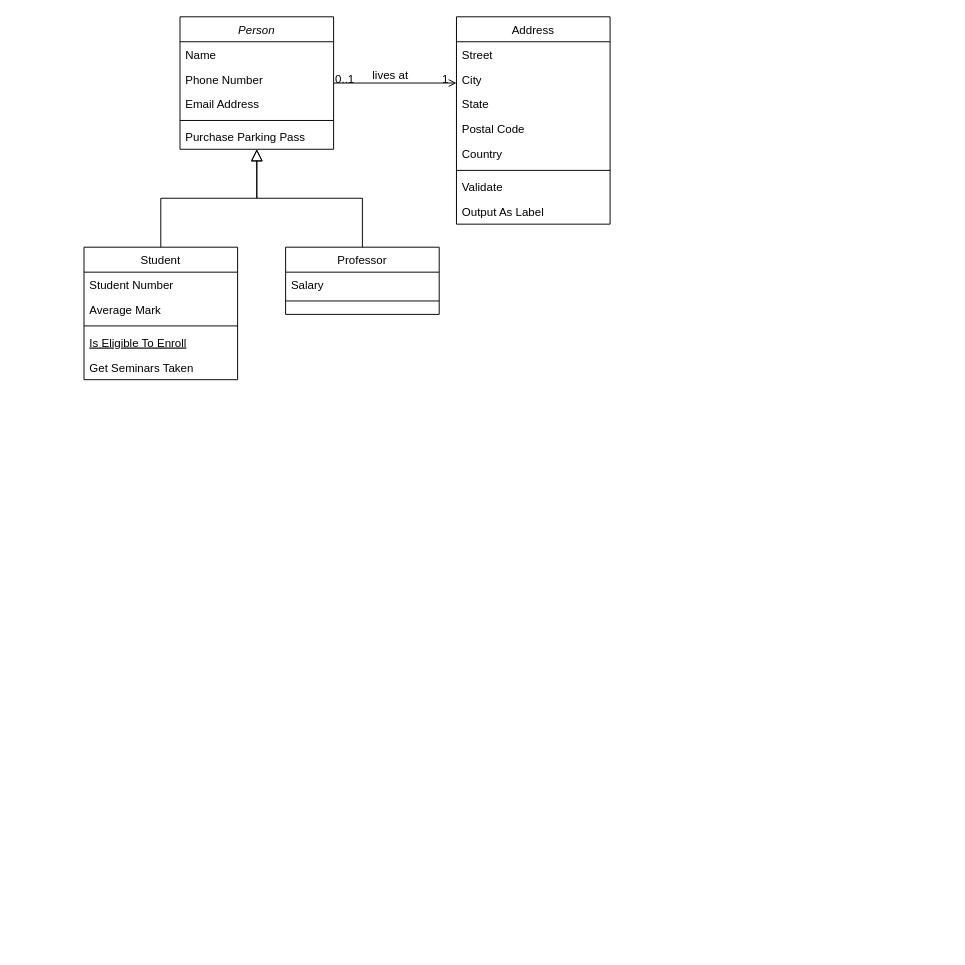
HARKINGS/UML keeps this draw.io diagram as classSoftware.drawio. Above is the earlier version. Source tidied: cells renumbered, new cells numbered last; positions are measured from the earlier drawing's top-left corner, leaving out a move shared by most shapes. Both pictures are drawn from the tidied source at 96%, with x=0, y=0 at pixel (84, 16).
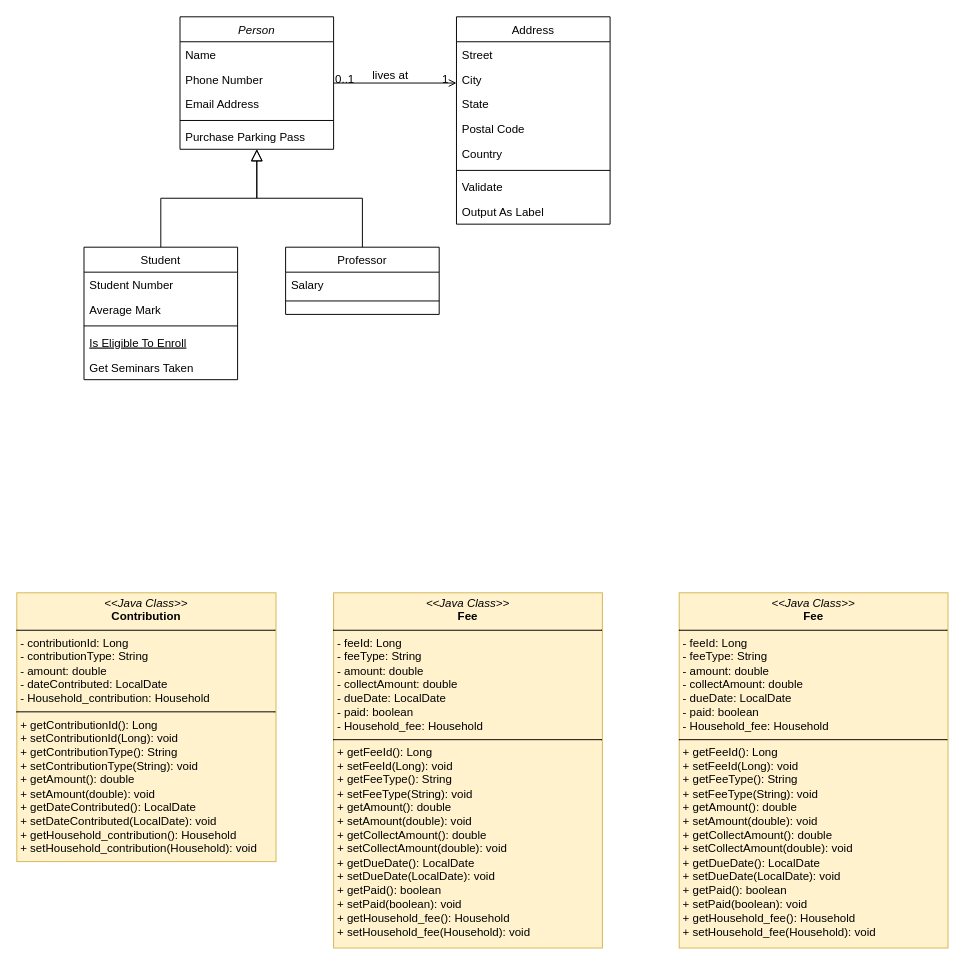
After the change.

Commit message (it also covers changes not shown here):
Cập nhật classSoftware.drawio

The edit, as a diff of the source:
```diff
@@
+    <mxCell id="32" value="&lt;p style=&quot;margin:0px;margin-top:4px;text-align:center;&quot;&gt;&lt;i&gt;&amp;lt;&amp;lt;Java Class&amp;gt;&amp;gt;&lt;/i&gt;&lt;br&gt;&lt;b&gt;Contribution&lt;/b&gt;&lt;/p&gt;&lt;hr size=&quot;1&quot; style=&quot;border-style:solid;&quot;&gt;&lt;p style=&quot;margin:0px;margin-left:4px;&quot;&gt;- contributionId: Long&lt;br&gt;- contributionType: String&lt;/p&gt;&lt;p style=&quot;margin:0px;margin-left:4px;&quot;&gt;- amount: double&lt;/p&gt;&lt;p style=&quot;margin:0px;margin-left:4px;&quot;&gt;-&amp;nbsp;dateContributed: LocalDate&lt;/p&gt;&lt;p style=&quot;margin:0px;margin-left:4px;&quot;&gt;-&amp;nbsp;Household_contribution: Household&lt;/p&gt;&lt;hr size=&quot;1&quot; style=&quot;border-style:solid;&quot;&gt;&lt;p style=&quot;margin:0px;margin-left:4px;&quot;&gt;+ getContributionId(): Long&lt;br&gt;+ setContributionId(Long): void&lt;/p&gt;&lt;p style=&quot;margin:0px;margin-left:4px;&quot;&gt;+&amp;nbsp;getContributionType(): String&lt;/p&gt;&lt;p style=&quot;margin:0px;margin-left:4px;&quot;&gt;+ setContributionType(String): void&amp;nbsp;&lt;/p&gt;&lt;p style=&quot;margin:0px;margin-left:4px;&quot;&gt;+&amp;nbsp;getAmount(): double&lt;/p&gt;&lt;p style=&quot;margin:0px;margin-left:4px;&quot;&gt;+ setAmount(double): void&lt;/p&gt;&lt;p style=&quot;margin:0px;margin-left:4px;&quot;&gt;+&amp;nbsp;getDateContributed(): LocalDate&lt;/p&gt;&lt;p style=&quot;margin:0px;margin-left:4px;&quot;&gt;+ setDateContributed(LocalDate): void&lt;/p&gt;&lt;p style=&quot;margin:0px;margin-left:4px;&quot;&gt;+&amp;nbsp;getHousehold_contribution(): Household&lt;/p&gt;&lt;p style=&quot;margin:0px;margin-left:4px;&quot;&gt;+ setHousehold_contribution(Household): void&lt;/p&gt;" style="verticalAlign=top;align=left;overflow=fill;html=1;whiteSpace=wrap;fillColor=#fff2cc;strokeColor=#d6b656;" parent="1" vertex="1">
+      <mxGeometry x="-70" y="600" width="270" height="280" as="geometry" />
+    </mxCell>
+    <mxCell id="33" value="&lt;p style=&quot;margin:0px;margin-top:4px;text-align:center;&quot;&gt;&lt;i&gt;&amp;lt;&amp;lt;Java Class&amp;gt;&amp;gt;&lt;/i&gt;&lt;br&gt;&lt;b&gt;Fee&lt;/b&gt;&lt;/p&gt;&lt;hr size=&quot;1&quot; style=&quot;border-style:solid;&quot;&gt;&lt;p style=&quot;margin:0px;margin-left:4px;&quot;&gt;- feeId: Long&lt;br&gt;- feeType: String&lt;/p&gt;&lt;p style=&quot;margin:0px;margin-left:4px;&quot;&gt;- amount: double&lt;/p&gt;&lt;p style=&quot;margin:0px;margin-left:4px;&quot;&gt;-&amp;nbsp;collectAmount: double&lt;/p&gt;&lt;p style=&quot;margin:0px;margin-left:4px;&quot;&gt;-&amp;nbsp;dueDate: LocalDate&lt;/p&gt;&lt;p style=&quot;margin:0px;margin-left:4px;&quot;&gt;- paid: boolean&lt;/p&gt;&lt;p style=&quot;margin:0px;margin-left:4px;&quot;&gt;-&amp;nbsp;Household_fee: Household&lt;/p&gt;&lt;hr size=&quot;1&quot; style=&quot;border-style:solid;&quot;&gt;&lt;p style=&quot;margin:0px;margin-left:4px;&quot;&gt;+ getFeeId(): Long&lt;br&gt;+ setFeeId(Long): void&lt;/p&gt;&lt;p style=&quot;margin:0px;margin-left:4px;&quot;&gt;+&amp;nbsp;getFeeType(): String&lt;/p&gt;&lt;p style=&quot;margin:0px;margin-left:4px;&quot;&gt;+ setFeeType(String): void&amp;nbsp;&lt;/p&gt;&lt;p style=&quot;margin:0px;margin-left:4px;&quot;&gt;+&amp;nbsp;getAmount(): double&lt;/p&gt;&lt;p style=&quot;margin:0px;margin-left:4px;&quot;&gt;+ setAmount(double): void&lt;/p&gt;&lt;p style=&quot;margin:0px;margin-left:4px;&quot;&gt;+ getCollectAmount(): double&lt;/p&gt;&lt;p style=&quot;margin:0px;margin-left:4px;&quot;&gt;+ setCollectAmount(double): void&lt;/p&gt;&lt;p style=&quot;margin:0px;margin-left:4px;&quot;&gt;+&amp;nbsp;getDueDate(): LocalDate&lt;/p&gt;&lt;p style=&quot;margin:0px;margin-left:4px;&quot;&gt;+ setDueDate(LocalDate): void&lt;/p&gt;&lt;p style=&quot;margin:0px;margin-left:4px;&quot;&gt;+ getPaid(): boolean&lt;/p&gt;&lt;p style=&quot;margin:0px;margin-left:4px;&quot;&gt;+ setPaid(boolean): void&lt;/p&gt;&lt;p style=&quot;margin:0px;margin-left:4px;&quot;&gt;+&amp;nbsp;getHousehold_fee(): Household&lt;/p&gt;&lt;p style=&quot;margin:0px;margin-left:4px;&quot;&gt;+ setHousehold_fee(Household): void&lt;/p&gt;" style="verticalAlign=top;align=left;overflow=fill;html=1;whiteSpace=wrap;fillColor=#fff2cc;strokeColor=#d6b656;" parent="1" vertex="1">
+      <mxGeometry x="260" y="600" width="280" height="370" as="geometry" />
+    </mxCell>
+    <mxCell id="34" value="&lt;p style=&quot;margin:0px;margin-top:4px;text-align:center;&quot;&gt;&lt;i&gt;&amp;lt;&amp;lt;Java Class&amp;gt;&amp;gt;&lt;/i&gt;&lt;br&gt;&lt;b&gt;Fee&lt;/b&gt;&lt;/p&gt;&lt;hr size=&quot;1&quot; style=&quot;border-style:solid;&quot;&gt;&lt;p style=&quot;margin:0px;margin-left:4px;&quot;&gt;- feeId: Long&lt;br&gt;- feeType: String&lt;/p&gt;&lt;p style=&quot;margin:0px;margin-left:4px;&quot;&gt;- amount: double&lt;/p&gt;&lt;p style=&quot;margin:0px;margin-left:4px;&quot;&gt;-&amp;nbsp;collectAmount: double&lt;/p&gt;&lt;p style=&quot;margin:0px;margin-left:4px;&quot;&gt;-&amp;nbsp;dueDate: LocalDate&lt;/p&gt;&lt;p style=&quot;margin:0px;margin-left:4px;&quot;&gt;- paid: boolean&lt;/p&gt;&lt;p style=&quot;margin:0px;margin-left:4px;&quot;&gt;-&amp;nbsp;Household_fee: Household&lt;/p&gt;&lt;hr size=&quot;1&quot; style=&quot;border-style:solid;&quot;&gt;&lt;p style=&quot;margin:0px;margin-left:4px;&quot;&gt;+ getFeeId(): Long&lt;br&gt;+ setFeeId(Long): void&lt;/p&gt;&lt;p style=&quot;margin:0px;margin-left:4px;&quot;&gt;+&amp;nbsp;getFeeType(): String&lt;/p&gt;&lt;p style=&quot;margin:0px;margin-left:4px;&quot;&gt;+ setFeeType(String): void&amp;nbsp;&lt;/p&gt;&lt;p style=&quot;margin:0px;margin-left:4px;&quot;&gt;+&amp;nbsp;getAmount(): double&lt;/p&gt;&lt;p style=&quot;margin:0px;margin-left:4px;&quot;&gt;+ setAmount(double): void&lt;/p&gt;&lt;p style=&quot;margin:0px;margin-left:4px;&quot;&gt;+ getCollectAmount(): double&lt;/p&gt;&lt;p style=&quot;margin:0px;margin-left:4px;&quot;&gt;+ setCollectAmount(double): void&lt;/p&gt;&lt;p style=&quot;margin:0px;margin-left:4px;&quot;&gt;+&amp;nbsp;getDueDate(): LocalDate&lt;/p&gt;&lt;p style=&quot;margin:0px;margin-left:4px;&quot;&gt;+ setDueDate(LocalDate): void&lt;/p&gt;&lt;p style=&quot;margin:0px;margin-left:4px;&quot;&gt;+ getPaid(): boolean&lt;/p&gt;&lt;p style=&quot;margin:0px;margin-left:4px;&quot;&gt;+ setPaid(boolean): void&lt;/p&gt;&lt;p style=&quot;margin:0px;margin-left:4px;&quot;&gt;+&amp;nbsp;getHousehold_fee(): Household&lt;/p&gt;&lt;p style=&quot;margin:0px;margin-left:4px;&quot;&gt;+ setHousehold_fee(Household): void&lt;/p&gt;" style="verticalAlign=top;align=left;overflow=fill;html=1;whiteSpace=wrap;fillColor=#fff2cc;strokeColor=#d6b656;" parent="1" vertex="1">
+      <mxGeometry x="620" y="600" width="280" height="370" as="geometry" />
+    </mxCell>
```
